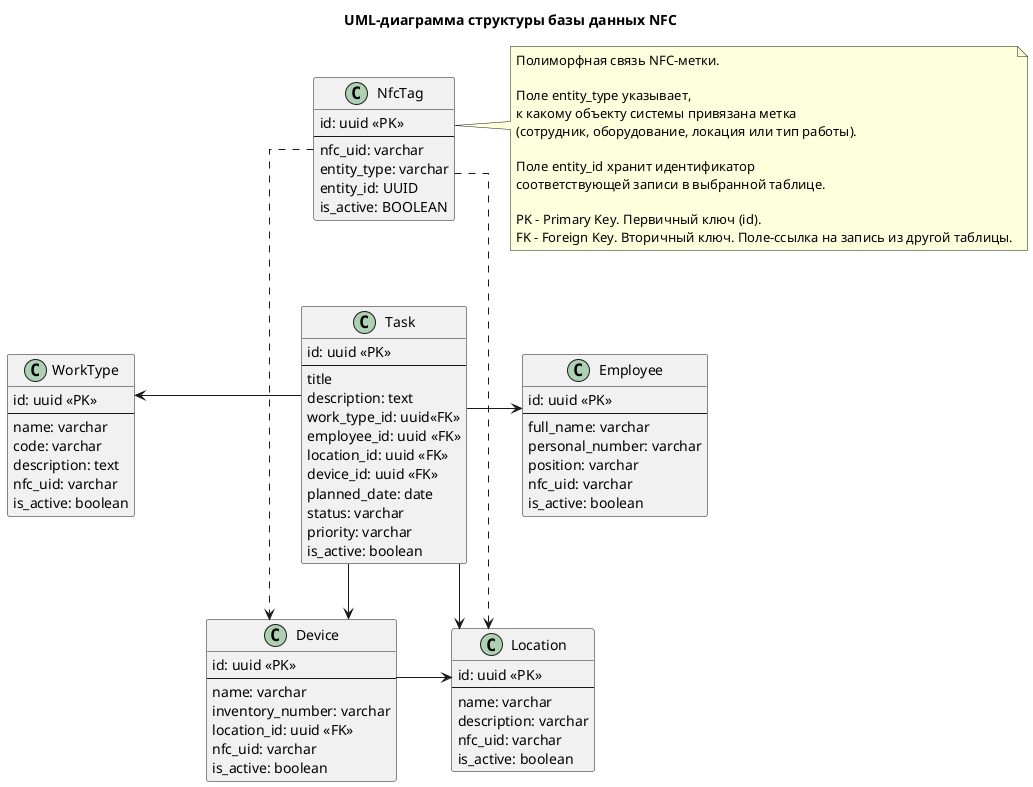
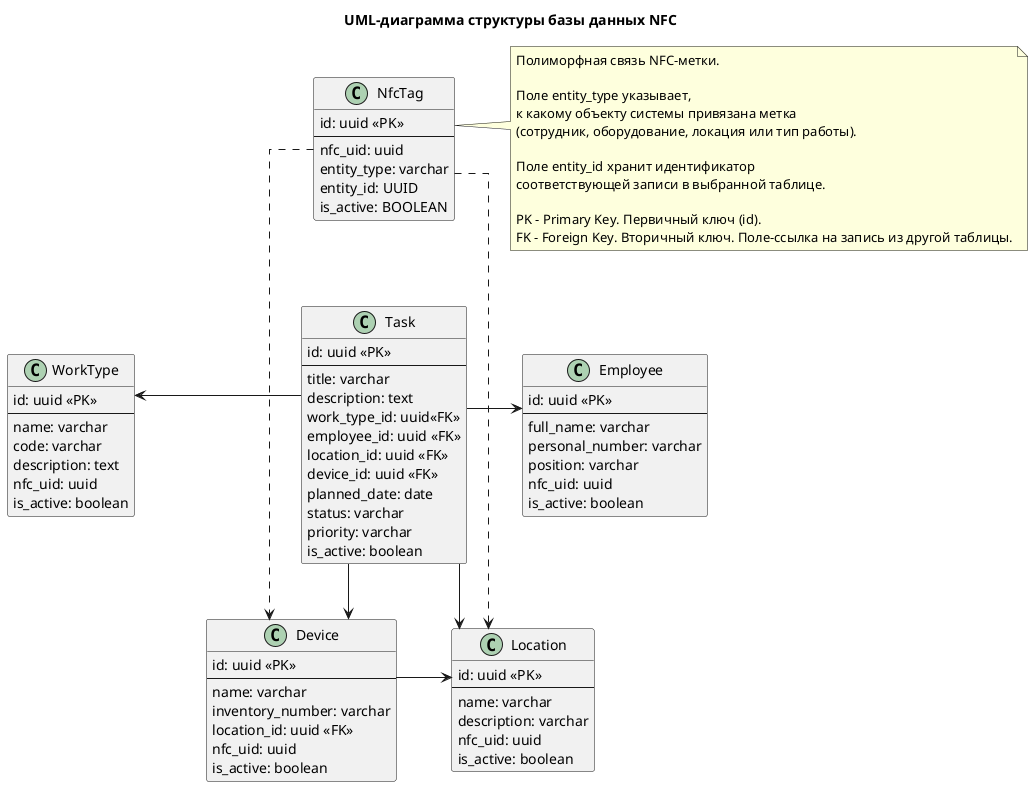
@startuml
title UML-диаграмма структуры базы данных NFC

top to bottom direction

skinparam classAttributeIconSize 0
skinparam linetype ortho
skinparam nodesep 55
skinparam ranksep 55

class NfcTag {
    id: uuid <<PK>>
    --
-     nfc_uid: varchar
+     nfc_uid: uuid
    entity_type: varchar
    entity_id: UUID
    is_active: BOOLEAN
}

class WorkType {
    id: uuid <<PK>>
    --
    name: varchar
    code: varchar
    description: text
-     nfc_uid: varchar
+     nfc_uid: uuid
    is_active: boolean
}

class Employee {
    id: uuid <<PK>>
    --
    full_name: varchar
    personal_number: varchar
    position: varchar
-     nfc_uid: varchar
+     nfc_uid: uuid
    is_active: boolean
}

class Task {
    id: uuid <<PK>>
    --
-     title
+     title: varchar
    description: text
    work_type_id: uuid<<FK>>
    employee_id: uuid <<FK>>
    location_id: uuid <<FK>>
    device_id: uuid <<FK>>
    planned_date: date
    status: varchar
    priority: varchar
    is_active: boolean
}

class Device {
    id: uuid <<PK>>
    --
    name: varchar
    inventory_number: varchar
    location_id: uuid <<FK>>
-     nfc_uid: varchar
+     nfc_uid: uuid
    is_active: boolean
}

class Location {
    id: uuid <<PK>>
    --
    name: varchar
    description: varchar
-     nfc_uid: varchar
+     nfc_uid: uuid
    is_active: boolean
}


Task -left-> WorkType
Task -right-> Employee
Task -down-> Device
Task -down-> Location

NfcTag ..> Device
NfcTag ..> Location

Device -right-> Location

note right of NfcTag
  Полиморфная связь NFC-метки.

  Поле entity_type указывает,
  к какому объекту системы привязана метка
  (сотрудник, оборудование, локация или тип работы).

  Поле entity_id хранит идентификатор
  соответствующей записи в выбранной таблице.

  PK - Primary Key. Первичный ключ (id).
  FK - Foreign Key. Вторичный ключ. Поле-ссылка на запись из другой таблицы.
end note

WorkType -[hidden]right-> Task
Task -[hidden]right-> Employee

Device -[hidden]right-> Location

NfcTag -[hidden]down-> Task
WorkType -[hidden]down-> Device
Employee -[hidden]down-> Location


@enduml